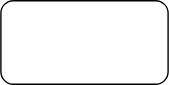
Before: test-svg.drawio.svg, a diagram exported from draw.io (luketych/drawio-ipad). Source tidied: cells renumbered, new cells last; positions are measured from the earlier drawing's top-left corner, leaving out a move shared by most shapes.
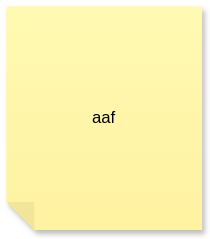
After the commit.

Change to the diagram source:
```diff
@@ -5,5 +5,8 @@
     <mxCell id="2" style="rounded=1;whiteSpace=wrap;html=1;" parent="1" vertex="1">
       <mxGeometry width="120" height="60" as="geometry" />
     </mxCell>
+    <mxCell id="3" value="aaf" style="shape=note;whiteSpace=wrap;html=1;backgroundOutline=1;fontColor=#000000;darkOpacity=0.05;fillColor=#FFF9B2;strokeColor=none;fillStyle=solid;direction=west;gradientDirection=north;gradientColor=#FFF2A1;shadow=1;size=20;" parent="1" vertex="1">
+      <mxGeometry x="-10" y="-50" width="140" height="160" as="geometry" />
+    </mxCell>
   </root>
 </mxGraphModel>
```
